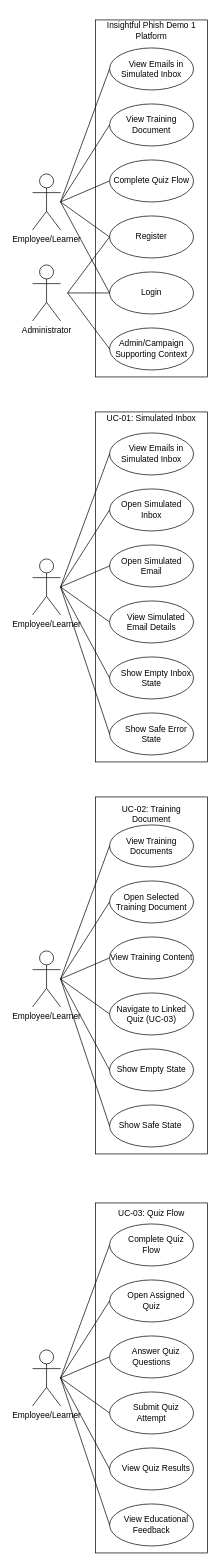
This is docs/demo1/diagrams/use-case-overview-demo1.drawio from COS301-SE-2026/Cybersecurity-Awareness-Training-Platform, a draw.io file, before an edit. Source tidied: cells renumbered, new cells numbered last; positions are measured from the earlier drawing's top-left corner, leaving out a move shared by most shapes. Both pictures are drawn from the tidied source at 70%, with x=0, y=0 at pixel (32, 20).
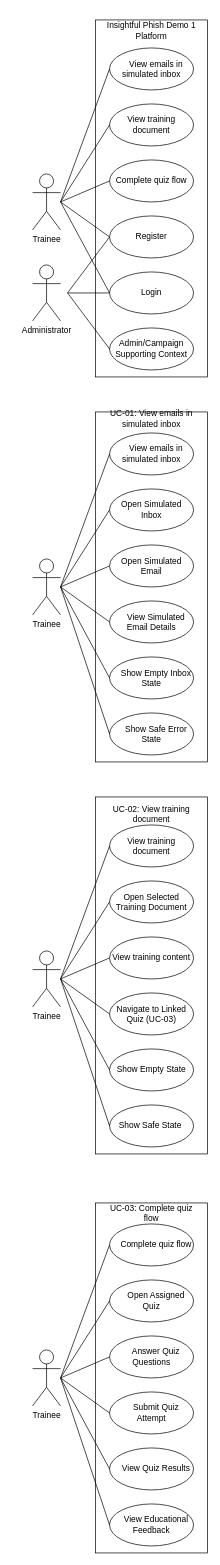
The same diagram, later.

Commit message (it also covers changes not shown here):
docs: update diagrams to say trainee instead of employee/learner

Change to the diagram source:
```diff
@@
-    <mxCell id="3" value="Employee/Learner&lt;div&gt;&lt;br&gt;&lt;/div&gt;" style="shape=umlActor;verticalLabelPosition=bottom;verticalAlign=top;html=1;" parent="1" vertex="1">
+    <mxCell id="3" value="Trainee&lt;div&gt;&lt;br&gt;&lt;/div&gt;" style="shape=umlActor;verticalLabelPosition=bottom;verticalAlign=top;html=1;" parent="1" vertex="1">
       <mxGeometry y="220" width="40" height="80" as="geometry" />
     </mxCell>
@@
-    <mxCell id="5" value="&amp;nbsp; &amp;nbsp; View Emails in Simulated Inbox" style="ellipse;whiteSpace=wrap;html=1;" parent="1" vertex="1">
+    <mxCell id="5" value="&amp;nbsp; &amp;nbsp; View emails in simulated inbox" style="ellipse;whiteSpace=wrap;html=1;" parent="1" vertex="1">
       <mxGeometry x="110" y="40" width="120" height="60" as="geometry" />
     </mxCell>
-    <mxCell id="6" value="View Training Document" style="ellipse;whiteSpace=wrap;html=1;" parent="1" vertex="1">
+    <mxCell id="6" value="View training document" style="ellipse;whiteSpace=wrap;html=1;" parent="1" vertex="1">
       <mxGeometry x="110" y="120" width="120" height="60" as="geometry" />
     </mxCell>
-    <mxCell id="7" value="Complete Quiz Flow" style="ellipse;whiteSpace=wrap;html=1;" parent="1" vertex="1">
+    <mxCell id="7" value="Complete quiz flow" style="ellipse;whiteSpace=wrap;html=1;" parent="1" vertex="1">
       <mxGeometry x="110" y="200" width="120" height="60" as="geometry" />
     </mxCell>
@@
-    <mxCell id="21" value="Employee/Learner&lt;div&gt;&lt;br&gt;&lt;/div&gt;" style="shape=umlActor;verticalLabelPosition=bottom;verticalAlign=top;html=1;" parent="1" vertex="1">
+    <mxCell id="21" value="Trainee&lt;div&gt;&lt;br&gt;&lt;/div&gt;" style="shape=umlActor;verticalLabelPosition=bottom;verticalAlign=top;html=1;" parent="1" vertex="1">
       <mxGeometry y="770" width="40" height="80" as="geometry" />
     </mxCell>
-    <mxCell id="22" value="&amp;nbsp; &amp;nbsp; View Emails in Simulated Inbox" style="ellipse;whiteSpace=wrap;html=1;" parent="1" vertex="1">
+    <mxCell id="22" value="&amp;nbsp; &amp;nbsp; View emails in simulated inbox" style="ellipse;whiteSpace=wrap;html=1;" parent="1" vertex="1">
       <mxGeometry x="110" y="590" width="120" height="60" as="geometry" />
     </mxCell>
@@
-    <mxCell id="33" value="&lt;p class=&quot;p1&quot;&gt;UC-01: Simulated Inbox&lt;/p&gt;" style="text;html=1;whiteSpace=wrap;strokeColor=none;fillColor=none;align=center;verticalAlign=middle;rounded=0;" parent="1" vertex="1">
+    <mxCell id="33" value="&lt;p class=&quot;p1&quot;&gt;UC-01: View emails in simulated inbox&lt;/p&gt;" style="text;html=1;whiteSpace=wrap;strokeColor=none;fillColor=none;align=center;verticalAlign=middle;rounded=0;" parent="1" vertex="1">
       <mxGeometry x="100" y="560" width="140" height="20" as="geometry" />
     </mxCell>
@@
-    <mxCell id="36" value="Employee/Learner&lt;div&gt;&lt;br&gt;&lt;/div&gt;" style="shape=umlActor;verticalLabelPosition=bottom;verticalAlign=top;html=1;" parent="1" vertex="1">
+    <mxCell id="36" value="Trainee&lt;div&gt;&lt;br&gt;&lt;/div&gt;" style="shape=umlActor;verticalLabelPosition=bottom;verticalAlign=top;html=1;" parent="1" vertex="1">
       <mxGeometry y="1330" width="40" height="80" as="geometry" />
     </mxCell>
-    <mxCell id="37" value="View Training Documents" style="ellipse;whiteSpace=wrap;html=1;" parent="1" vertex="1">
+    <mxCell id="37" value="View training document" style="ellipse;whiteSpace=wrap;html=1;" parent="1" vertex="1">
       <mxGeometry x="110" y="1150" width="120" height="60" as="geometry" />
     </mxCell>
@@
-    <mxCell id="39" value="View Training Content" style="ellipse;whiteSpace=wrap;html=1;" parent="1" vertex="1">
+    <mxCell id="39" value="View training content" style="ellipse;whiteSpace=wrap;html=1;" parent="1" vertex="1">
       <mxGeometry x="110" y="1310" width="120" height="60" as="geometry" />
     </mxCell>
@@
-    <mxCell id="48" value="&lt;p class=&quot;p1&quot;&gt;&lt;br/&gt;&lt;br/&gt;&lt;br/&gt;&lt;br/&gt;&lt;/p&gt;&lt;p class=&quot;p1&quot;&gt;UC-02: Training Document&lt;/p&gt;" style="text;html=1;whiteSpace=wrap;strokeColor=none;fillColor=none;align=center;verticalAlign=middle;rounded=0;" parent="1" vertex="1">
+    <mxCell id="48" value="&lt;p class=&quot;p1&quot;&gt;&lt;br/&gt;&lt;br/&gt;&lt;br/&gt;&lt;br/&gt;&lt;/p&gt;&lt;p class=&quot;p1&quot;&gt;UC-02: View training document&lt;/p&gt;" style="text;html=1;whiteSpace=wrap;strokeColor=none;fillColor=none;align=center;verticalAlign=middle;rounded=0;" parent="1" vertex="1">
       <mxGeometry x="100" y="1090" width="140" height="20" as="geometry" />
     </mxCell>
@@
-    <mxCell id="51" value="Employee/Learner&lt;div&gt;&lt;br&gt;&lt;/div&gt;" style="shape=umlActor;verticalLabelPosition=bottom;verticalAlign=top;html=1;" parent="1" vertex="1">
+    <mxCell id="51" value="Trainee&lt;div&gt;&lt;br&gt;&lt;/div&gt;" style="shape=umlActor;verticalLabelPosition=bottom;verticalAlign=top;html=1;" parent="1" vertex="1">
       <mxGeometry y="1900" width="40" height="80" as="geometry" />
     </mxCell>
-    <mxCell id="52" value="&amp;nbsp; &amp;nbsp; Complete Quiz Flow" style="ellipse;whiteSpace=wrap;html=1;" parent="1" vertex="1">
+    <mxCell id="52" value="&amp;nbsp; &amp;nbsp; Complete quiz flow" style="ellipse;whiteSpace=wrap;html=1;" parent="1" vertex="1">
       <mxGeometry x="110" y="1720" width="120" height="60" as="geometry" />
     </mxCell>
@@
-    <mxCell id="63" value="&lt;p class=&quot;p1&quot;&gt;&lt;/p&gt;&lt;br/&gt;&lt;br/&gt;&lt;br/&gt;&lt;br/&gt;&lt;p class=&quot;p1&quot;&gt;UC-03: Quiz Flow&lt;/p&gt;" style="text;html=1;whiteSpace=wrap;strokeColor=none;fillColor=none;align=center;verticalAlign=middle;rounded=0;" parent="1" vertex="1">
+    <mxCell id="63" value="&lt;p class=&quot;p1&quot;&gt;&lt;/p&gt;&lt;br/&gt;&lt;br/&gt;&lt;br/&gt;&lt;br/&gt;&lt;p class=&quot;p1&quot;&gt;UC-03: Complete quiz flow&lt;/p&gt;" style="text;html=1;whiteSpace=wrap;strokeColor=none;fillColor=none;align=center;verticalAlign=middle;rounded=0;" parent="1" vertex="1">
       <mxGeometry x="100" y="1660" width="140" height="20" as="geometry" />
     </mxCell>
```
